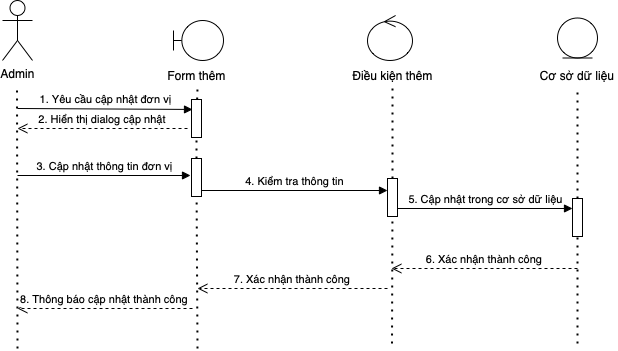
Before: updateRepairUnit.drawio.png, a diagram exported from draw.io (lesongvi/dhelpproject). Source tidied: cells renumbered, new cells last; positions are measured from the earlier drawing's top-left corner, leaving out a move shared by most shapes.
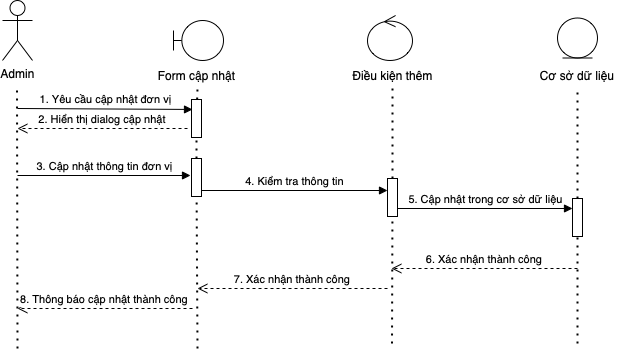
The same file after the commit.

The edit, as a diff of the source:
```diff
@@ -25,8 +25,8 @@
     <mxCell id="7" style="endArrow=none;dashed=1;html=1;dashPattern=1 3;strokeWidth=2;rounded=0;startArrow=none;" parent="1" edge="1" source="11" target="6">
       <mxGeometry relative="1" as="geometry" />
     </mxCell>
-    <mxCell id="8" value="Form thêm" style="text;html=1;align=center;verticalAlign=middle;strokeColor=none;fillColor=none;" parent="1" vertex="1">
-      <mxGeometry x="159" y="65" width="70" height="20" as="geometry" />
+    <mxCell id="8" value="Form cập nhật" style="text;html=1;align=center;verticalAlign=middle;strokeColor=none;fillColor=none;" parent="1" vertex="1">
+      <mxGeometry x="149" y="65" width="90" height="20" as="geometry" />
     </mxCell>
     <mxCell id="9" value="1. Yêu cầu cập nhật đơn vị" style="html=1;verticalAlign=bottom;endArrow=block;rounded=0;entryX=0.1;entryY=0.263;entryDx=0;entryDy=0;entryPerimeter=0;" parent="1" edge="1" target="6">
       <mxGeometry relative="1" as="geometry">
```
